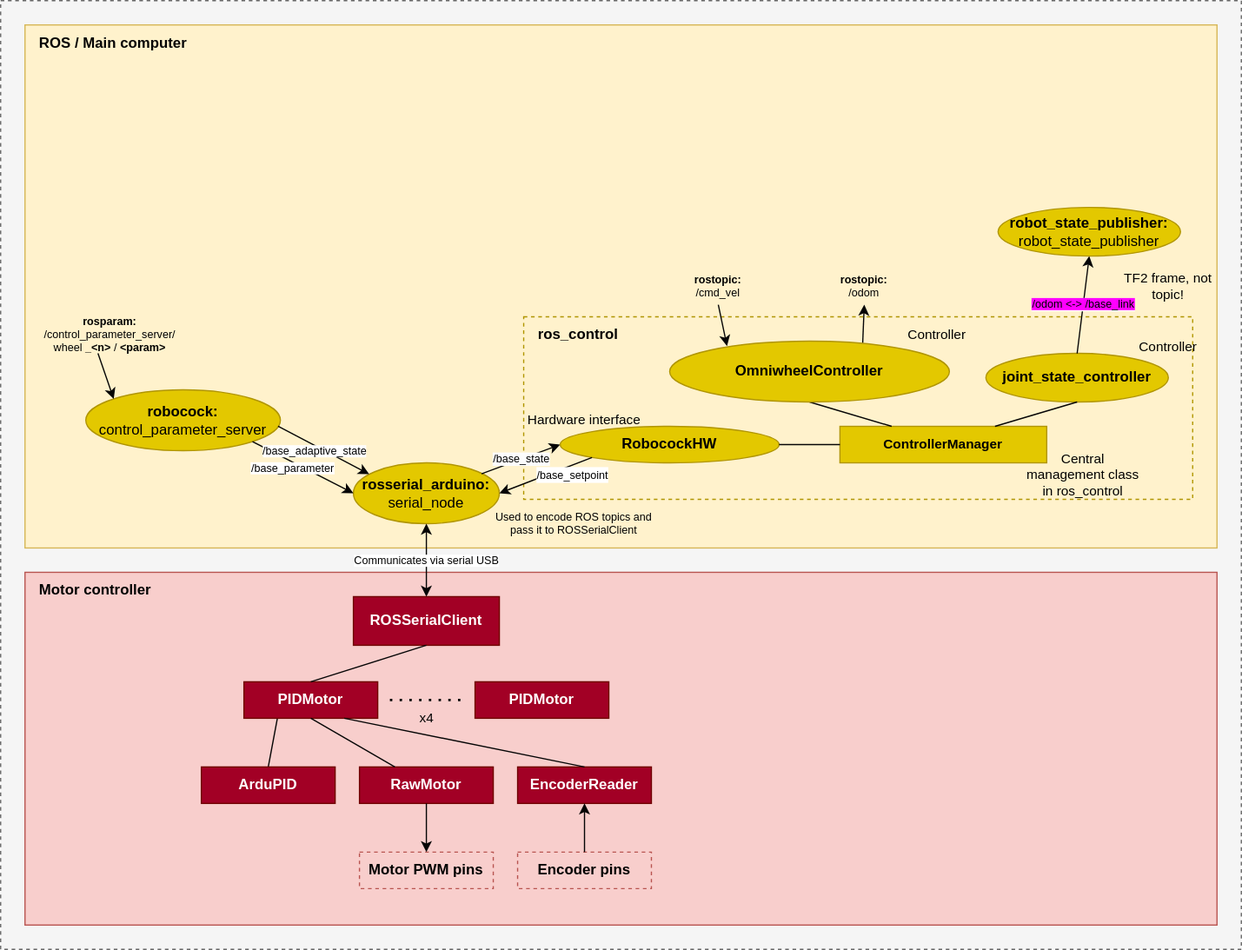
This is doc/nodes.drawio.svg from shiukaheng/rbc, a draw.io export, as it was before one commit. Source tidied: cells renumbered, new cells last; positions are measured from the earlier drawing's top-left corner, leaving out a move shared by most shapes.
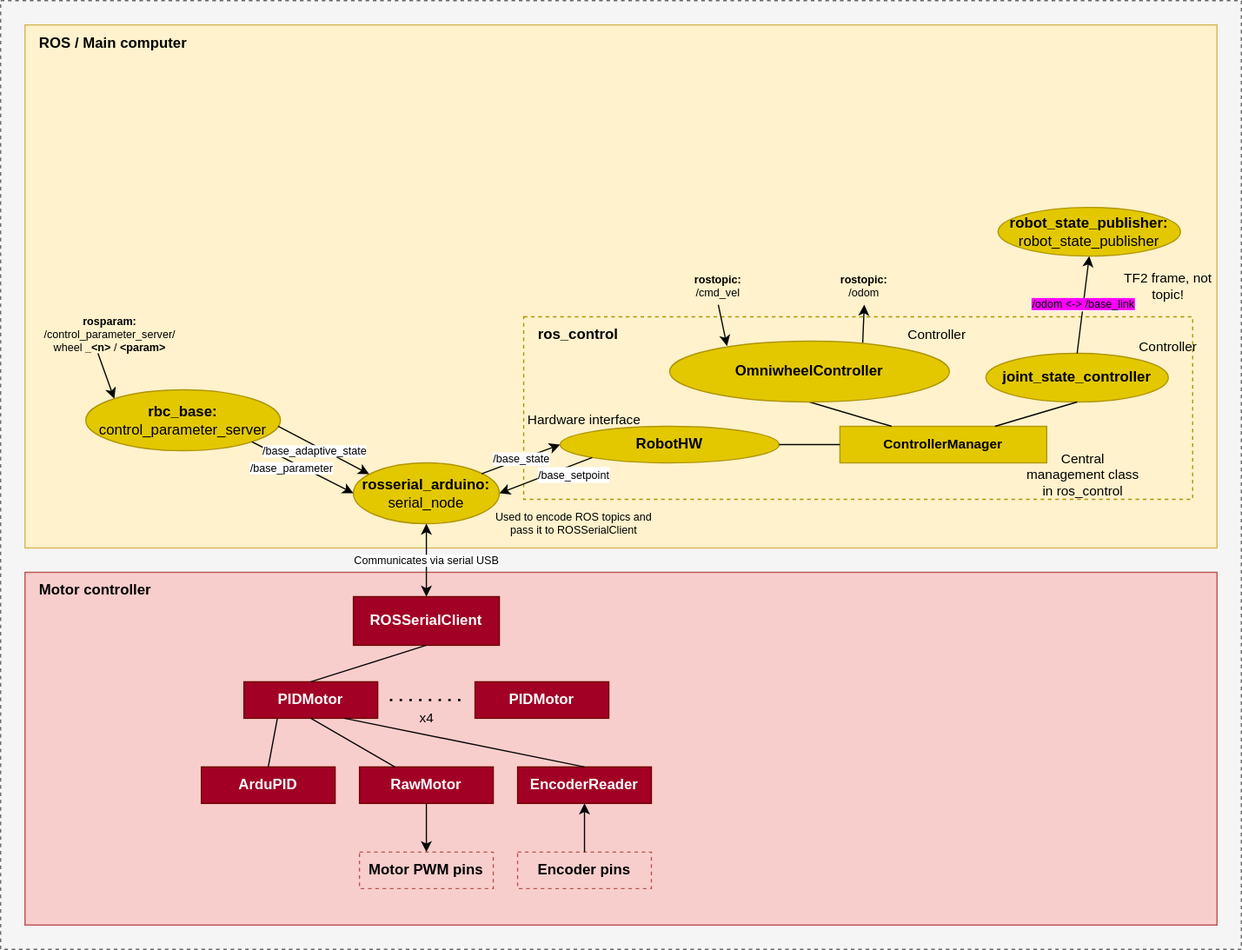
Later version of the same file.

The edit, as a diff of the source:
```diff
@@ -68,7 +68,7 @@
     <mxCell id="22" value="&lt;font style=&quot;font-size: 9px; background-color: rgb(255, 255, 255);&quot;&gt;Communicates via serial USB&lt;/font&gt;" style="endArrow=classic;startArrow=classic;html=1;labelBackgroundColor=none;strokeColor=#050505;fontColor=#000000;exitX=0.5;exitY=0;exitDx=0;exitDy=0;entryX=0.5;entryY=1;entryDx=0;entryDy=0;" parent="1" edge="1" source="5" target="21">
       <mxGeometry relative="1" as="geometry" />
     </mxCell>
-    <mxCell id="23" value="&lt;b&gt;robocock:&lt;/b&gt;&lt;br&gt;control_parameter_server" style="ellipse;whiteSpace=wrap;html=1;fontColor=#000000;fillColor=#e3c800;strokeColor=#B09500;" parent="1" vertex="1">
+    <mxCell id="23" value="&lt;b&gt;rbc_base:&lt;/b&gt;&lt;br&gt;control_parameter_server" style="ellipse;whiteSpace=wrap;html=1;fontColor=#000000;fillColor=#e3c800;strokeColor=#B09500;" parent="1" vertex="1">
       <mxGeometry x="70" y="320" width="160" height="50" as="geometry" />
     </mxCell>
     <mxCell id="24" value="&lt;font style=&quot;font-size: 9px; background-color: rgb(255, 255, 255);&quot;&gt;/base_parameter&lt;br&gt;&lt;/font&gt;" style="endArrow=none;startArrow=classic;html=1;labelBackgroundColor=none;strokeColor=#050505;fontColor=#000000;entryX=1;entryY=1;entryDx=0;entryDy=0;exitX=0;exitY=0.5;exitDx=0;exitDy=0;startFill=1;endFill=0;" parent="1" edge="1" source="21" target="23">
@@ -103,7 +103,7 @@
     <mxCell id="33" value="/base_state" style="edgeStyle=none;html=1;exitX=0;exitY=0.5;exitDx=0;exitDy=0;entryX=0.878;entryY=0.18;entryDx=0;entryDy=0;entryPerimeter=0;labelBackgroundColor=#FCFCFC;strokeColor=#050505;fontSize=9;fontColor=#000000;startArrow=classic;startFill=1;endArrow=none;endFill=0;" parent="1" edge="1" source="34" target="21">
       <mxGeometry relative="1" as="geometry" />
     </mxCell>
-    <mxCell id="34" value="&lt;b&gt;RobocockHW&lt;/b&gt;" style="ellipse;whiteSpace=wrap;html=1;fontColor=#000000;fillColor=#e3c800;strokeColor=#B09500;" parent="1" vertex="1">
+    <mxCell id="34" value="&lt;b&gt;RobotHW&lt;/b&gt;" style="ellipse;whiteSpace=wrap;html=1;fontColor=#000000;fillColor=#e3c800;strokeColor=#B09500;" parent="1" vertex="1">
       <mxGeometry x="460" y="350" width="180" height="30" as="geometry" />
     </mxCell>
     <mxCell id="35" value="Hardware interface" style="text;html=1;strokeColor=none;fillColor=none;align=center;verticalAlign=middle;whiteSpace=wrap;rounded=0;fontSize=11;fontColor=#000000;" parent="1" vertex="1">
```
